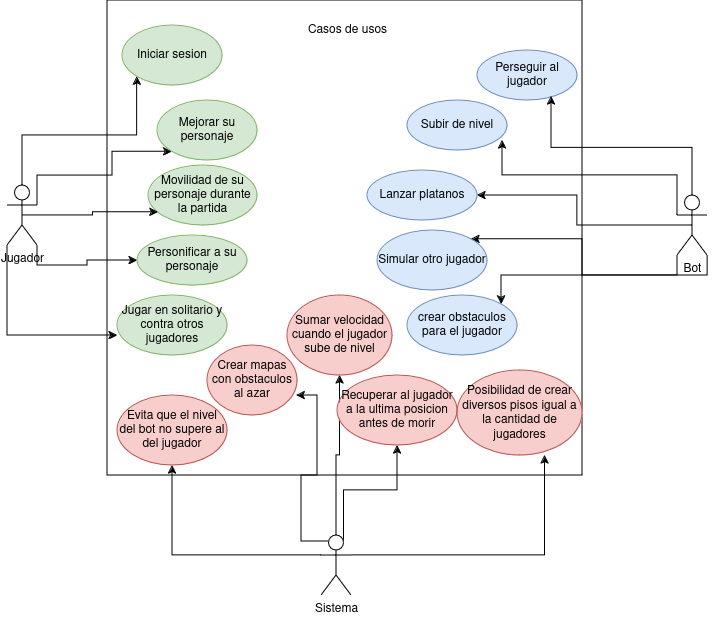
This is subwaySurfers.png from emsantamaria/proyecto-dam, a draw.io export, as it was before one commit. Source tidied: cells renumbered, new cells last; positions are measured from the earlier drawing's top-left corner, leaving out a move shared by most shapes. Its diagram source:
```xml
<mxGraphModel>
  <root>
    <mxCell id="0" />
    <mxCell id="1" parent="0" />
    <mxCell id="2" style="whiteSpace=wrap;html=1;fillColor=none;" parent="1" vertex="1">
      <mxGeometry x="100" width="475" height="475" as="geometry" />
    </mxCell>
    <mxCell id="3" style="edgeStyle=orthogonalEdgeStyle;rounded=0;jettySize=auto;html=1;exitX=0;exitY=0.3333333333333333;exitDx=0;exitDy=0;exitPerimeter=0;" parent="1" edge="1" source="6" target="28">
      <mxGeometry relative="1" as="geometry" />
    </mxCell>
    <mxCell id="4" style="edgeStyle=orthogonalEdgeStyle;rounded=0;jettySize=auto;html=1;exitX=0.5;exitY=0;exitDx=0;exitDy=0;exitPerimeter=0;" parent="1" edge="1" source="6" target="26">
      <mxGeometry relative="1" as="geometry" />
    </mxCell>
    <mxCell id="5" style="edgeStyle=orthogonalEdgeStyle;rounded=0;jettySize=auto;html=1;exitX=0.75;exitY=0.1;exitDx=0;exitDy=0;exitPerimeter=0;" parent="1" edge="1" source="6" target="25">
      <mxGeometry relative="1" as="geometry" />
    </mxCell>
    <mxCell id="6" value="Sistema" style="shape=umlActor;verticalLabelPosition=bottom;verticalAlign=top;html=1;outlineConnect=0;" parent="1" vertex="1">
      <mxGeometry x="314" y="535" width="30" height="60" as="geometry" />
    </mxCell>
    <mxCell id="7" style="edgeStyle=orthogonalEdgeStyle;rounded=0;jettySize=auto;html=1;exitX=1;exitY=1;exitDx=0;exitDy=0;exitPerimeter=0;entryX=1;entryY=0;entryDx=0;entryDy=0;" parent="1" edge="1" source="10" target="24">
      <mxGeometry relative="1" as="geometry" />
    </mxCell>
    <mxCell id="8" style="edgeStyle=orthogonalEdgeStyle;rounded=0;jettySize=auto;html=1;exitX=0.5;exitY=0.5;exitDx=0;exitDy=0;exitPerimeter=0;entryX=1;entryY=0.5;entryDx=0;entryDy=0;" parent="1" edge="1" source="10" target="22">
      <mxGeometry relative="1" as="geometry" />
    </mxCell>
    <mxCell id="9" style="edgeStyle=orthogonalEdgeStyle;rounded=0;jettySize=auto;html=1;exitX=0;exitY=1;exitDx=0;exitDy=0;exitPerimeter=0;entryX=1;entryY=0;entryDx=0;entryDy=0;" parent="1" edge="1" source="10" target="21">
      <mxGeometry relative="1" as="geometry" />
    </mxCell>
    <mxCell id="10" value="Bot" style="shape=umlActor;verticalLabelPosition=bottom;verticalAlign=top;html=1;outlineConnect=0;" parent="1" vertex="1">
      <mxGeometry x="670" y="195" width="30" height="60" as="geometry" />
    </mxCell>
    <mxCell id="11" style="edgeStyle=orthogonalEdgeStyle;rounded=0;jettySize=auto;html=1;exitX=0.5;exitY=0;exitDx=0;exitDy=0;exitPerimeter=0;entryX=0;entryY=1;entryDx=0;entryDy=0;" parent="1" edge="1" source="14" target="20">
      <mxGeometry relative="1" as="geometry" />
    </mxCell>
    <mxCell id="12" style="edgeStyle=orthogonalEdgeStyle;rounded=0;jettySize=auto;html=1;exitX=1;exitY=0.3333333333333333;exitDx=0;exitDy=0;exitPerimeter=0;entryX=0;entryY=1;entryDx=0;entryDy=0;" parent="1" edge="1" source="14" target="16">
      <mxGeometry relative="1" as="geometry">
        <Array as="points">
          <mxPoint x="30" y="175" />
          <mxPoint x="105" y="175" />
        </Array>
      </mxGeometry>
    </mxCell>
    <mxCell id="13" style="edgeStyle=orthogonalEdgeStyle;rounded=0;jettySize=auto;html=1;exitX=1;exitY=1;exitDx=0;exitDy=0;exitPerimeter=0;entryX=0;entryY=0.5;entryDx=0;entryDy=0;" parent="1" edge="1" source="14" target="18">
      <mxGeometry relative="1" as="geometry" />
    </mxCell>
    <mxCell id="14" value="Jugador" style="shape=umlActor;verticalLabelPosition=bottom;verticalAlign=top;html=1;outlineConnect=0;" parent="1" vertex="1">
      <mxGeometry y="185" width="30" height="60" as="geometry" />
    </mxCell>
    <mxCell id="15" value="Perseguir al jugador" style="ellipse;whiteSpace=wrap;html=1;fillColor=#dae8fc;strokeColor=#6c8ebf;" parent="1" vertex="1">
      <mxGeometry x="470" y="50" width="100" height="50" as="geometry" />
    </mxCell>
    <mxCell id="16" value="Mejorar su personaje" style="ellipse;whiteSpace=wrap;html=1;fillColor=#d5e8d4;strokeColor=#82b366;" parent="1" vertex="1">
      <mxGeometry x="150" y="100" width="100" height="60" as="geometry" />
    </mxCell>
    <mxCell id="17" value="Jugar en solitario y contra otros jugadores" style="ellipse;whiteSpace=wrap;html=1;fillColor=#d5e8d4;strokeColor=#82b366;" parent="1" vertex="1">
      <mxGeometry x="110" y="295" width="110" height="60" as="geometry" />
    </mxCell>
    <mxCell id="18" value="Personificar a su personaje" style="ellipse;whiteSpace=wrap;html=1;fillColor=#d5e8d4;strokeColor=#82b366;" parent="1" vertex="1">
      <mxGeometry x="130" y="235" width="110" height="50" as="geometry" />
    </mxCell>
    <mxCell id="19" value="Movilidad de su personaje durante la partida" style="ellipse;whiteSpace=wrap;html=1;fillColor=#d5e8d4;strokeColor=#82b366;" parent="1" vertex="1">
      <mxGeometry x="141" y="165" width="109" height="60" as="geometry" />
    </mxCell>
    <mxCell id="20" value="Iniciar sesion" style="ellipse;whiteSpace=wrap;html=1;fillColor=#d5e8d4;strokeColor=#82b366;" parent="1" vertex="1">
      <mxGeometry x="115" y="25" width="100" height="60" as="geometry" />
    </mxCell>
    <mxCell id="21" value="Simular otro jugador" style="ellipse;whiteSpace=wrap;html=1;fillColor=#dae8fc;strokeColor=#6c8ebf;" parent="1" vertex="1">
      <mxGeometry x="370" y="230" width="110" height="60" as="geometry" />
    </mxCell>
    <mxCell id="22" value="Lanzar platanos" style="ellipse;whiteSpace=wrap;html=1;fillColor=#dae8fc;strokeColor=#6c8ebf;" parent="1" vertex="1">
      <mxGeometry x="360" y="170" width="110" height="50" as="geometry" />
    </mxCell>
    <mxCell id="23" value="Subir de nivel" style="ellipse;whiteSpace=wrap;html=1;fillColor=#dae8fc;strokeColor=#6c8ebf;" parent="1" vertex="1">
      <mxGeometry x="400" y="100" width="100" height="50" as="geometry" />
    </mxCell>
    <mxCell id="24" value="crear obstaculos para el jugador" style="ellipse;whiteSpace=wrap;html=1;fillColor=#dae8fc;strokeColor=#6c8ebf;" parent="1" vertex="1">
      <mxGeometry x="400" y="295" width="110" height="60" as="geometry" />
    </mxCell>
    <mxCell id="25" value="Recuperar al jugador a la ultima posicion antes de morir" style="ellipse;whiteSpace=wrap;html=1;fillColor=#f8cecc;strokeColor=#b85450;" parent="1" vertex="1">
      <mxGeometry x="330" y="375" width="120" height="70" as="geometry" />
    </mxCell>
    <mxCell id="26" value="Sumar velocidad cuando el jugador sube de nivel" style="ellipse;whiteSpace=wrap;html=1;fillColor=#f8cecc;strokeColor=#b85450;" parent="1" vertex="1">
      <mxGeometry x="280" y="295" width="105" height="80" as="geometry" />
    </mxCell>
    <mxCell id="27" value="Crear mapas con obstaculos al azar" style="ellipse;whiteSpace=wrap;html=1;fillColor=#f8cecc;strokeColor=#b85450;" parent="1" vertex="1">
      <mxGeometry x="200" y="345" width="90" height="70" as="geometry" />
    </mxCell>
    <mxCell id="28" value="Evita que el nivel del bot no supere al del jugador" style="ellipse;whiteSpace=wrap;html=1;fillColor=#f8cecc;strokeColor=#b85450;" parent="1" vertex="1">
      <mxGeometry x="110" y="395" width="110" height="70" as="geometry" />
    </mxCell>
    <mxCell id="29" value="Posibilidad de crear diversos pisos igual a la cantidad de jugadores" style="ellipse;whiteSpace=wrap;html=1;fillColor=#f8cecc;strokeColor=#b85450;" parent="1" vertex="1">
      <mxGeometry x="450" y="370" width="125" height="85" as="geometry" />
    </mxCell>
    <mxCell id="30" style="edgeStyle=orthogonalEdgeStyle;rounded=0;jettySize=auto;html=1;exitX=0.25;exitY=0.1;exitDx=0;exitDy=0;exitPerimeter=0;entryX=0.989;entryY=0.714;entryDx=0;entryDy=0;entryPerimeter=0;" parent="1" edge="1" source="6" target="27">
      <mxGeometry relative="1" as="geometry" />
    </mxCell>
    <mxCell id="31" style="edgeStyle=orthogonalEdgeStyle;rounded=0;jettySize=auto;html=1;exitX=1;exitY=0.3333333333333333;exitDx=0;exitDy=0;exitPerimeter=0;entryX=0.7;entryY=1;entryDx=0;entryDy=0;entryPerimeter=0;" parent="1" edge="1" source="6" target="29">
      <mxGeometry relative="1" as="geometry" />
    </mxCell>
    <mxCell id="32" style="edgeStyle=orthogonalEdgeStyle;rounded=0;jettySize=auto;html=1;exitX=0.5;exitY=0.5;exitDx=0;exitDy=0;exitPerimeter=0;entryX=0.09;entryY=0.78;entryDx=0;entryDy=0;entryPerimeter=0;" parent="1" edge="1" source="14" target="19">
      <mxGeometry relative="1" as="geometry" />
    </mxCell>
    <mxCell id="33" style="edgeStyle=orthogonalEdgeStyle;rounded=0;jettySize=auto;html=1;exitX=0;exitY=1;exitDx=0;exitDy=0;exitPerimeter=0;entryX=0;entryY=0.667;entryDx=0;entryDy=0;entryPerimeter=0;" parent="1" edge="1" source="14" target="17">
      <mxGeometry relative="1" as="geometry" />
    </mxCell>
    <mxCell id="34" style="edgeStyle=orthogonalEdgeStyle;rounded=0;jettySize=auto;html=1;exitX=0.5;exitY=0;exitDx=0;exitDy=0;exitPerimeter=0;entryX=0.74;entryY=0.92;entryDx=0;entryDy=0;entryPerimeter=0;" parent="1" edge="1" source="10" target="15">
      <mxGeometry relative="1" as="geometry" />
    </mxCell>
    <mxCell id="35" style="edgeStyle=orthogonalEdgeStyle;rounded=0;jettySize=auto;html=1;exitX=0;exitY=0.3333333333333333;exitDx=0;exitDy=0;exitPerimeter=0;entryX=0.95;entryY=0.8;entryDx=0;entryDy=0;entryPerimeter=0;" parent="1" edge="1" source="10" target="23">
      <mxGeometry relative="1" as="geometry">
        <Array as="points">
          <mxPoint x="670" y="175" />
          <mxPoint x="495" y="175" />
        </Array>
      </mxGeometry>
    </mxCell>
    <mxCell id="36" value="Casos de usos" style="text;html=1;align=center;verticalAlign=middle;strokeColor=none;fillColor=none;" parent="1" vertex="1">
      <mxGeometry x="290" y="15" width="100" height="30" as="geometry" />
    </mxCell>
  </root>
</mxGraphModel>
```
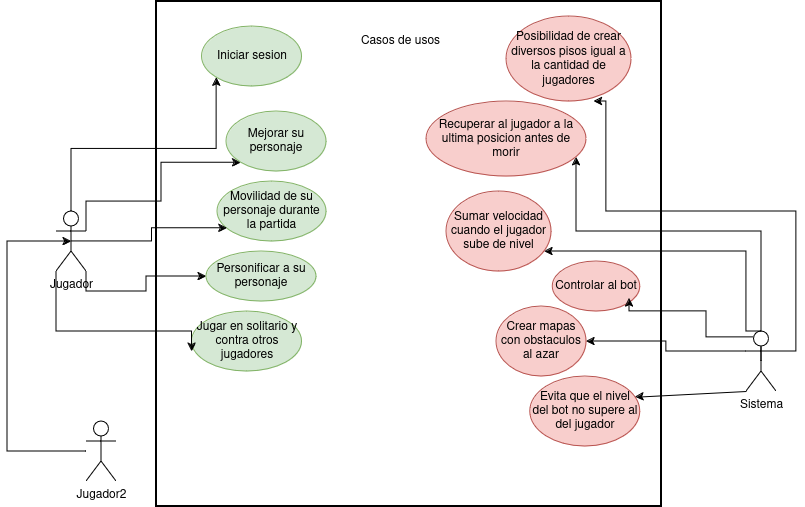
After the commit.

The edit, as a diff of the source:
```diff
@@ -2,33 +2,38 @@
   <root>
     <mxCell id="0" />
     <mxCell id="1" parent="0" />
-    <mxCell id="2" style="whiteSpace=wrap;html=1;fillColor=none;" parent="1" vertex="1">
-      <mxGeometry x="100" width="475" height="475" as="geometry" />
+    <mxCell id="2" style="whiteSpace=wrap;html=1;fillColor=none;strokeWidth=2;" parent="1" vertex="1">
+      <mxGeometry x="100" y="-25" width="505" height="505" as="geometry" />
     </mxCell>
-    <mxCell id="3" style="edgeStyle=orthogonalEdgeStyle;rounded=0;jettySize=auto;html=1;exitX=0;exitY=0.3333333333333333;exitDx=0;exitDy=0;exitPerimeter=0;" parent="1" edge="1" source="6" target="28">
-      <mxGeometry relative="1" as="geometry" />
+    <mxCell id="3" style="edgeStyle=orthogonalEdgeStyle;rounded=0;jettySize=auto;html=1;" parent="1" edge="1" source="6" target="28">
+      <mxGeometry relative="1" as="geometry">
+        <Array as="points">
+          <mxPoint x="540" y="350" />
+        </Array>
+      </mxGeometry>
     </mxCell>
     <mxCell id="4" style="edgeStyle=orthogonalEdgeStyle;rounded=0;jettySize=auto;html=1;exitX=0.5;exitY=0;exitDx=0;exitDy=0;exitPerimeter=0;" parent="1" edge="1" source="6" target="26">
-      <mxGeometry relative="1" as="geometry" />
+      <mxGeometry relative="1" as="geometry">
+        <Array as="points">
+          <mxPoint x="690" y="305" />
+          <mxPoint x="690" y="225" />
+        </Array>
+      </mxGeometry>
     </mxCell>
-    <mxCell id="5" style="edgeStyle=orthogonalEdgeStyle;rounded=0;jettySize=auto;html=1;exitX=0.75;exitY=0.1;exitDx=0;exitDy=0;exitPerimeter=0;" parent="1" edge="1" source="6" target="25">
-      <mxGeometry relative="1" as="geometry" />
+    <mxCell id="5" style="edgeStyle=orthogonalEdgeStyle;rounded=0;jettySize=auto;html=1;exitX=0.5;exitY=0.5;exitDx=0;exitDy=0;exitPerimeter=0;" parent="1" edge="1" source="6" target="25">
+      <mxGeometry relative="1" as="geometry">
+        <Array as="points">
+          <mxPoint x="705" y="205" />
+          <mxPoint x="520" y="205" />
+        </Array>
+      </mxGeometry>
     </mxCell>
+    <mxCell id="30" style="edgeStyle=orthogonalEdgeStyle;rounded=0;jettySize=auto;html=1;exitX=0;exitY=0.3333333333333333;exitDx=0;exitDy=0;exitPerimeter=0;" parent="1" edge="1" source="6" target="27">
+      <mxGeometry relative="1" as="geometry" />
+    </mxCell>
     <mxCell id="6" value="Sistema" style="shape=umlActor;verticalLabelPosition=bottom;verticalAlign=top;html=1;outlineConnect=0;" parent="1" vertex="1">
-      <mxGeometry x="314" y="535" width="30" height="60" as="geometry" />
+      <mxGeometry x="690" y="305" width="30" height="60" as="geometry" />
     </mxCell>
-    <mxCell id="7" style="edgeStyle=orthogonalEdgeStyle;rounded=0;jettySize=auto;html=1;exitX=1;exitY=1;exitDx=0;exitDy=0;exitPerimeter=0;entryX=1;entryY=0;entryDx=0;entryDy=0;" parent="1" edge="1" source="10" target="24">
-      <mxGeometry relative="1" as="geometry" />
-    </mxCell>
-    <mxCell id="8" style="edgeStyle=orthogonalEdgeStyle;rounded=0;jettySize=auto;html=1;exitX=0.5;exitY=0.5;exitDx=0;exitDy=0;exitPerimeter=0;entryX=1;entryY=0.5;entryDx=0;entryDy=0;" parent="1" edge="1" source="10" target="22">
-      <mxGeometry relative="1" as="geometry" />
-    </mxCell>
-    <mxCell id="9" style="edgeStyle=orthogonalEdgeStyle;rounded=0;jettySize=auto;html=1;exitX=0;exitY=1;exitDx=0;exitDy=0;exitPerimeter=0;entryX=1;entryY=0;entryDx=0;entryDy=0;" parent="1" edge="1" source="10" target="21">
-      <mxGeometry relative="1" as="geometry" />
-    </mxCell>
-    <mxCell id="10" value="Bot" style="shape=umlActor;verticalLabelPosition=bottom;verticalAlign=top;html=1;outlineConnect=0;" parent="1" vertex="1">
-      <mxGeometry x="670" y="195" width="30" height="60" as="geometry" />
-    </mxCell>
     <mxCell id="11" style="edgeStyle=orthogonalEdgeStyle;rounded=0;jettySize=auto;html=1;exitX=0.5;exitY=0;exitDx=0;exitDy=0;exitPerimeter=0;entryX=0;entryY=1;entryDx=0;entryDy=0;" parent="1" edge="1" source="14" target="20">
       <mxGeometry relative="1" as="geometry" />
     </mxCell>
@@ -46,76 +51,81 @@
     <mxCell id="14" value="Jugador" style="shape=umlActor;verticalLabelPosition=bottom;verticalAlign=top;html=1;outlineConnect=0;" parent="1" vertex="1">
       <mxGeometry y="185" width="30" height="60" as="geometry" />
     </mxCell>
-    <mxCell id="15" value="Perseguir al jugador" style="ellipse;whiteSpace=wrap;html=1;fillColor=#dae8fc;strokeColor=#6c8ebf;" parent="1" vertex="1">
-      <mxGeometry x="470" y="50" width="100" height="50" as="geometry" />
-    </mxCell>
     <mxCell id="16" value="Mejorar su personaje" style="ellipse;whiteSpace=wrap;html=1;fillColor=#d5e8d4;strokeColor=#82b366;" parent="1" vertex="1">
-      <mxGeometry x="150" y="100" width="100" height="60" as="geometry" />
+      <mxGeometry x="170" y="85" width="100" height="60" as="geometry" />
     </mxCell>
     <mxCell id="17" value="Jugar en solitario y contra otros jugadores" style="ellipse;whiteSpace=wrap;html=1;fillColor=#d5e8d4;strokeColor=#82b366;" parent="1" vertex="1">
-      <mxGeometry x="110" y="295" width="110" height="60" as="geometry" />
+      <mxGeometry x="135.5" y="285" width="110" height="60" as="geometry" />
     </mxCell>
     <mxCell id="18" value="Personificar a su personaje" style="ellipse;whiteSpace=wrap;html=1;fillColor=#d5e8d4;strokeColor=#82b366;" parent="1" vertex="1">
-      <mxGeometry x="130" y="235" width="110" height="50" as="geometry" />
+      <mxGeometry x="150" y="225" width="110" height="50" as="geometry" />
     </mxCell>
     <mxCell id="19" value="Movilidad de su personaje durante la partida" style="ellipse;whiteSpace=wrap;html=1;fillColor=#d5e8d4;strokeColor=#82b366;" parent="1" vertex="1">
-      <mxGeometry x="141" y="165" width="109" height="60" as="geometry" />
+      <mxGeometry x="161" y="155" width="109" height="60" as="geometry" />
     </mxCell>
     <mxCell id="20" value="Iniciar sesion" style="ellipse;whiteSpace=wrap;html=1;fillColor=#d5e8d4;strokeColor=#82b366;" parent="1" vertex="1">
-      <mxGeometry x="115" y="25" width="100" height="60" as="geometry" />
+      <mxGeometry x="145.5" width="100" height="60" as="geometry" />
     </mxCell>
-    <mxCell id="21" value="Simular otro jugador" style="ellipse;whiteSpace=wrap;html=1;fillColor=#dae8fc;strokeColor=#6c8ebf;" parent="1" vertex="1">
-      <mxGeometry x="370" y="230" width="110" height="60" as="geometry" />
-    </mxCell>
-    <mxCell id="22" value="Lanzar platanos" style="ellipse;whiteSpace=wrap;html=1;fillColor=#dae8fc;strokeColor=#6c8ebf;" parent="1" vertex="1">
-      <mxGeometry x="360" y="170" width="110" height="50" as="geometry" />
-    </mxCell>
-    <mxCell id="23" value="Subir de nivel" style="ellipse;whiteSpace=wrap;html=1;fillColor=#dae8fc;strokeColor=#6c8ebf;" parent="1" vertex="1">
-      <mxGeometry x="400" y="100" width="100" height="50" as="geometry" />
-    </mxCell>
-    <mxCell id="24" value="crear obstaculos para el jugador" style="ellipse;whiteSpace=wrap;html=1;fillColor=#dae8fc;strokeColor=#6c8ebf;" parent="1" vertex="1">
-      <mxGeometry x="400" y="295" width="110" height="60" as="geometry" />
-    </mxCell>
     <mxCell id="25" value="Recuperar al jugador a la ultima posicion antes de morir" style="ellipse;whiteSpace=wrap;html=1;fillColor=#f8cecc;strokeColor=#b85450;" parent="1" vertex="1">
-      <mxGeometry x="330" y="375" width="120" height="70" as="geometry" />
+      <mxGeometry x="370" y="75" width="160" height="75" as="geometry" />
     </mxCell>
     <mxCell id="26" value="Sumar velocidad cuando el jugador sube de nivel" style="ellipse;whiteSpace=wrap;html=1;fillColor=#f8cecc;strokeColor=#b85450;" parent="1" vertex="1">
-      <mxGeometry x="280" y="295" width="105" height="80" as="geometry" />
+      <mxGeometry x="390" y="165" width="105" height="80" as="geometry" />
     </mxCell>
     <mxCell id="27" value="Crear mapas con obstaculos al azar" style="ellipse;whiteSpace=wrap;html=1;fillColor=#f8cecc;strokeColor=#b85450;" parent="1" vertex="1">
-      <mxGeometry x="200" y="345" width="90" height="70" as="geometry" />
+      <mxGeometry x="440" y="280" width="90" height="70" as="geometry" />
     </mxCell>
-    <mxCell id="28" value="Evita que el nivel del bot no supere al del jugador" style="ellipse;whiteSpace=wrap;html=1;fillColor=#f8cecc;strokeColor=#b85450;" parent="1" vertex="1">
-      <mxGeometry x="110" y="395" width="110" height="70" as="geometry" />
-    </mxCell>
     <mxCell id="29" value="Posibilidad de crear diversos pisos igual a la cantidad de jugadores" style="ellipse;whiteSpace=wrap;html=1;fillColor=#f8cecc;strokeColor=#b85450;" parent="1" vertex="1">
-      <mxGeometry x="450" y="370" width="125" height="85" as="geometry" />
+      <mxGeometry x="450" y="-10" width="125" height="85" as="geometry" />
     </mxCell>
-    <mxCell id="30" style="edgeStyle=orthogonalEdgeStyle;rounded=0;jettySize=auto;html=1;exitX=0.25;exitY=0.1;exitDx=0;exitDy=0;exitPerimeter=0;entryX=0.989;entryY=0.714;entryDx=0;entryDy=0;entryPerimeter=0;" parent="1" edge="1" source="6" target="27">
-      <mxGeometry relative="1" as="geometry" />
-    </mxCell>
     <mxCell id="31" style="edgeStyle=orthogonalEdgeStyle;rounded=0;jettySize=auto;html=1;exitX=1;exitY=0.3333333333333333;exitDx=0;exitDy=0;exitPerimeter=0;entryX=0.7;entryY=1;entryDx=0;entryDy=0;entryPerimeter=0;" parent="1" edge="1" source="6" target="29">
-      <mxGeometry relative="1" as="geometry" />
+      <mxGeometry relative="1" as="geometry">
+        <Array as="points">
+          <mxPoint x="740" y="325" />
+          <mxPoint x="740" y="185" />
+          <mxPoint x="550" y="185" />
+        </Array>
+      </mxGeometry>
     </mxCell>
     <mxCell id="32" style="edgeStyle=orthogonalEdgeStyle;rounded=0;jettySize=auto;html=1;exitX=0.5;exitY=0.5;exitDx=0;exitDy=0;exitPerimeter=0;entryX=0.09;entryY=0.78;entryDx=0;entryDy=0;entryPerimeter=0;" parent="1" edge="1" source="14" target="19">
       <mxGeometry relative="1" as="geometry" />
     </mxCell>
     <mxCell id="33" style="edgeStyle=orthogonalEdgeStyle;rounded=0;jettySize=auto;html=1;exitX=0;exitY=1;exitDx=0;exitDy=0;exitPerimeter=0;entryX=0;entryY=0.667;entryDx=0;entryDy=0;entryPerimeter=0;" parent="1" edge="1" source="14" target="17">
-      <mxGeometry relative="1" as="geometry" />
+      <mxGeometry relative="1" as="geometry">
+        <Array as="points">
+          <mxPoint y="305" />
+          <mxPoint x="136" y="305" />
+        </Array>
+      </mxGeometry>
     </mxCell>
-    <mxCell id="34" style="edgeStyle=orthogonalEdgeStyle;rounded=0;jettySize=auto;html=1;exitX=0.5;exitY=0;exitDx=0;exitDy=0;exitPerimeter=0;entryX=0.74;entryY=0.92;entryDx=0;entryDy=0;entryPerimeter=0;" parent="1" edge="1" source="10" target="15">
-      <mxGeometry relative="1" as="geometry" />
-    </mxCell>
-    <mxCell id="35" style="edgeStyle=orthogonalEdgeStyle;rounded=0;jettySize=auto;html=1;exitX=0;exitY=0.3333333333333333;exitDx=0;exitDy=0;exitPerimeter=0;entryX=0.95;entryY=0.8;entryDx=0;entryDy=0;entryPerimeter=0;" parent="1" edge="1" source="10" target="23">
-      <mxGeometry relative="1" as="geometry">
-        <Array as="points">
-          <mxPoint x="670" y="175" />
-          <mxPoint x="495" y="175" />
-        </Array>
-      </mxGeometry>
-    </mxCell>
-    <mxCell id="36" value="Casos de usos" style="text;html=1;align=center;verticalAlign=middle;strokeColor=none;fillColor=none;" parent="1" vertex="1">
-      <mxGeometry x="290" y="15" width="100" height="30" as="geometry" />
+    <mxCell id="36" value="Casos de usos" style="text;html=1;align=center;verticalAlign=middle;strokeColor=none;fillColor=none;strokeWidth=2;" parent="1" vertex="1">
+      <mxGeometry x="293.5" width="100" height="30" as="geometry" />
     </mxCell>
+    <mxCell id="28" value="Evita que el nivel del bot no supere al del jugador" style="ellipse;whiteSpace=wrap;html=1;fillColor=#f8cecc;strokeColor=#b85450;" parent="1" vertex="1">
+      <mxGeometry x="473.8" y="350" width="110" height="70" as="geometry" />
+    </mxCell>
+    <mxCell id="37" value="Controlar al bot" style="ellipse;whiteSpace=wrap;html=1;fillColor=#f8cecc;strokeColor=#b85450;" parent="1" vertex="1">
+      <mxGeometry x="496.2" y="235" width="87.5" height="50" as="geometry" />
+    </mxCell>
+    <mxCell id="38" style="edgeStyle=orthogonalEdgeStyle;rounded=0;jettySize=auto;html=1;entryX=0.5;entryY=0.5;entryDx=0;entryDy=0;entryPerimeter=0;" parent="1" edge="1" source="39" target="14">
+      <mxGeometry relative="1" as="geometry">
+        <Array as="points">
+          <mxPoint x="-49" y="425" />
+          <mxPoint x="-49" y="215" />
+        </Array>
+      </mxGeometry>
+    </mxCell>
+    <mxCell id="39" value="Jugador2" style="shape=umlActor;verticalLabelPosition=bottom;verticalAlign=top;html=1;outlineConnect=0;" parent="1" vertex="1">
+      <mxGeometry x="30" y="395" width="30" height="60" as="geometry" />
+    </mxCell>
+    <mxCell id="40" style="edgeStyle=orthogonalEdgeStyle;rounded=0;jettySize=auto;html=1;exitX=0.25;exitY=0.1;exitDx=0;exitDy=0;exitPerimeter=0;entryX=0.877;entryY=0.74;entryDx=0;entryDy=0;entryPerimeter=0;" parent="1" edge="1" source="6" target="37">
+      <mxGeometry relative="1" as="geometry">
+        <Array as="points">
+          <mxPoint x="650" y="311" />
+          <mxPoint x="650" y="285" />
+          <mxPoint x="573" y="285" />
+        </Array>
+      </mxGeometry>
+    </mxCell>
   </root>
 </mxGraphModel>
```
